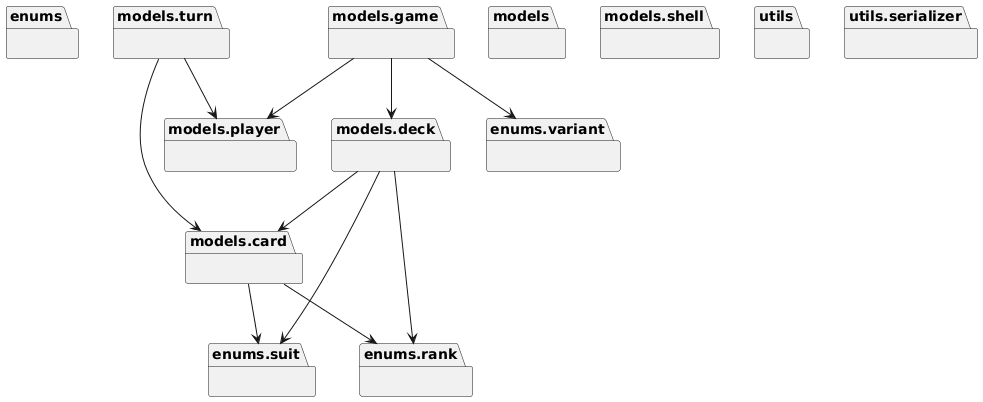
Before: docs/uml/png/packages_war.png, a diagram exported from PlantUML (b3h3m0th/war).
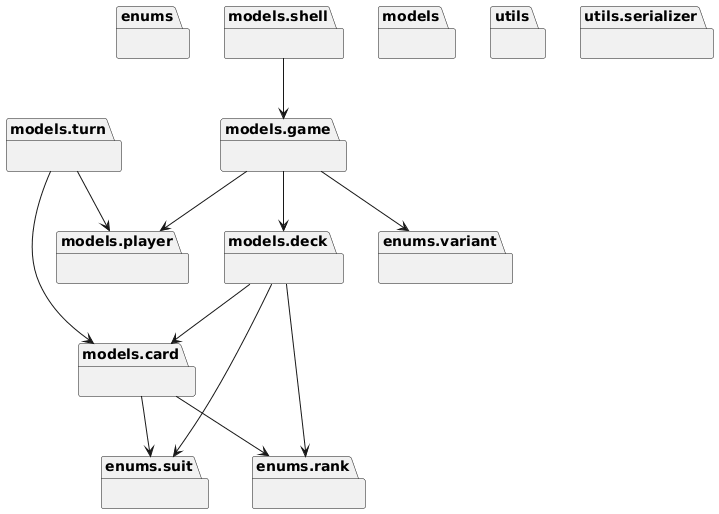
After the change.

What changed in the source:
```diff
@@ -34,6 +34,7 @@
 models.game --> enums.variant
 models.game --> models.deck
 models.game --> models.player
+models.shell --> models.game
 models.turn --> models.card
 models.turn --> models.player
 @enduml
```
